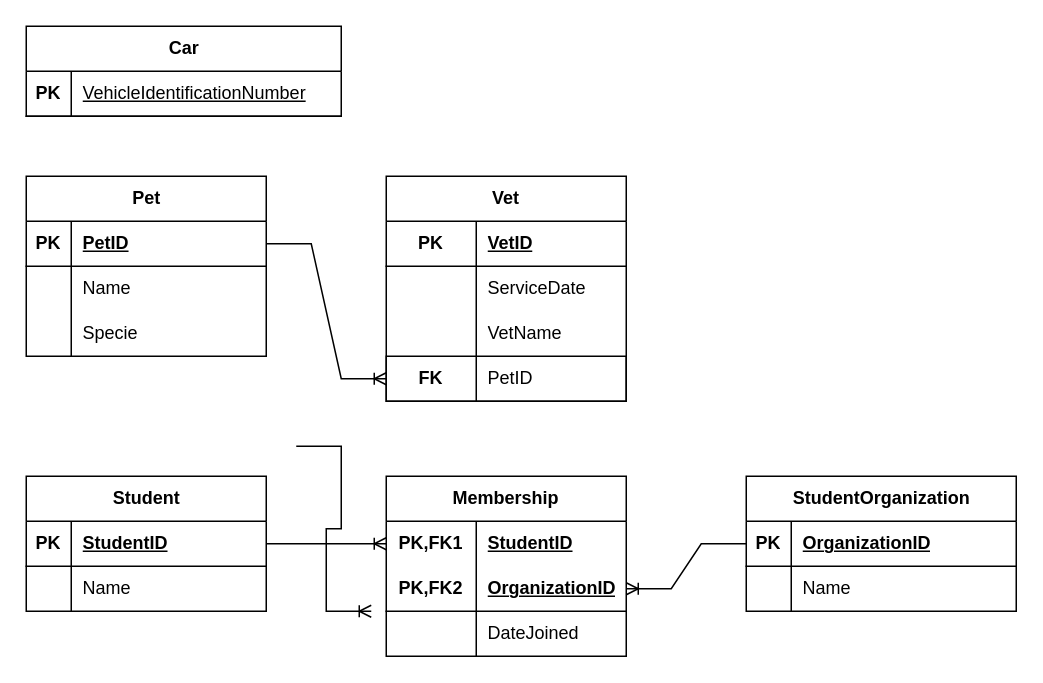
Before: Assignment 9A - Relational DB.drawio in Katt9/Database-Design-for-Information-Organizations, a draw.io diagram. Source tidied: cells renumbered, new cells numbered last; positions are measured from the earlier drawing's top-left corner, leaving out a move shared by most shapes. Both pictures are drawn from the tidied source at 150%, with x=0, y=0 at pixel (26, 26).
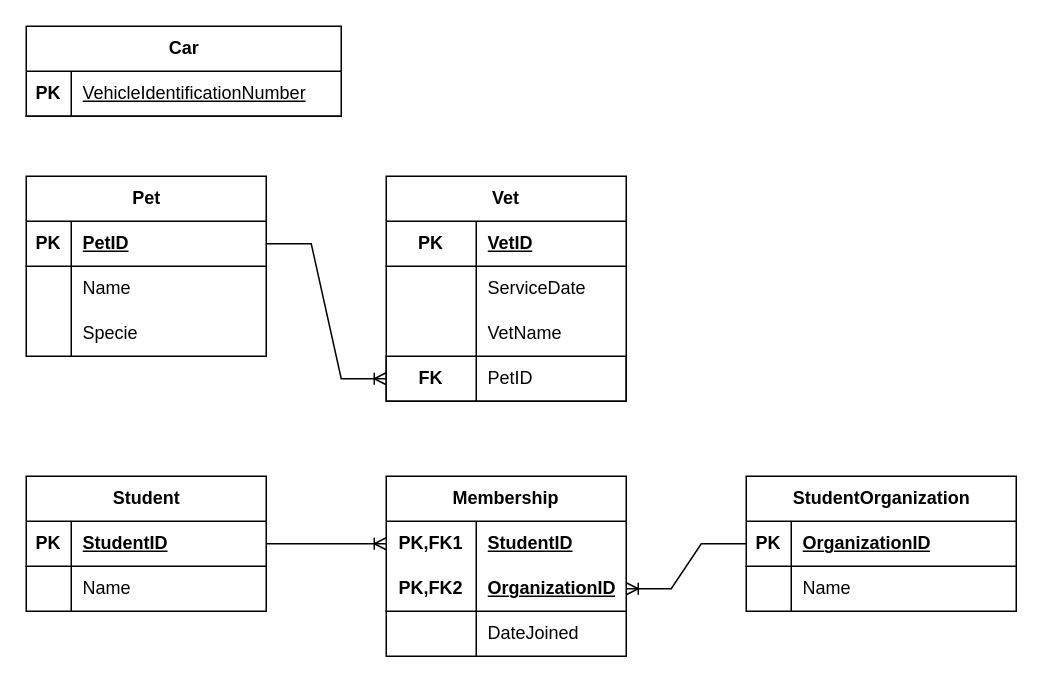
Above is the later version.

Change to the diagram source:
```diff
@@
-    <mxCell id="45" style="edgeStyle=entityRelationEdgeStyle;fontSize=12;html=1;endArrow=ERoneToMany;rounded=0;exitX=1;exitY=0.5;exitDx=0;exitDy=0;entryX=0;entryY=0.5;entryDx=0;entryDy=0;" parent="1" edge="1">
-      <mxGeometry relative="1" as="geometry">
-        <mxPoint x="180" y="280" as="sourcePoint" />
-        <mxPoint x="230" y="390" as="targetPoint" />
-        <Array as="points">
-          <mxPoint x="300" y="410" />
-        </Array>
-      </mxGeometry>
-    </mxCell>
```
